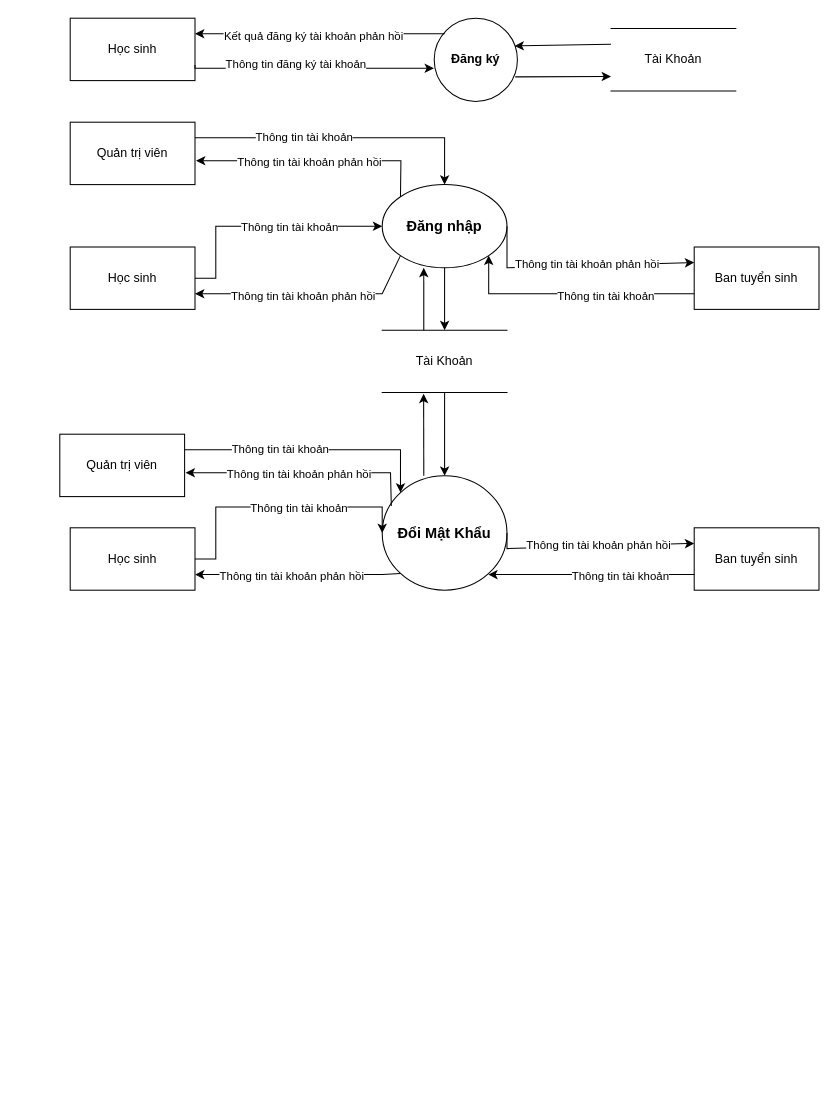
Earlier version of the draw.io diagram page "Biểu đồ luồng dữ liệu mức dưới đỉnh - QL Tài khoản" (5 of 6) of 1. Bao Cao/DATN.drawio (truongquangkhai99/TrinhVanTu_DATN). Source tidied: cells renumbered, new cells numbered last; positions are measured from the earlier drawing's top-left corner, leaving out a move shared by most shapes. Both pictures are drawn from the tidied source at 104%, with x=0, y=0 at pixel (59, 18).
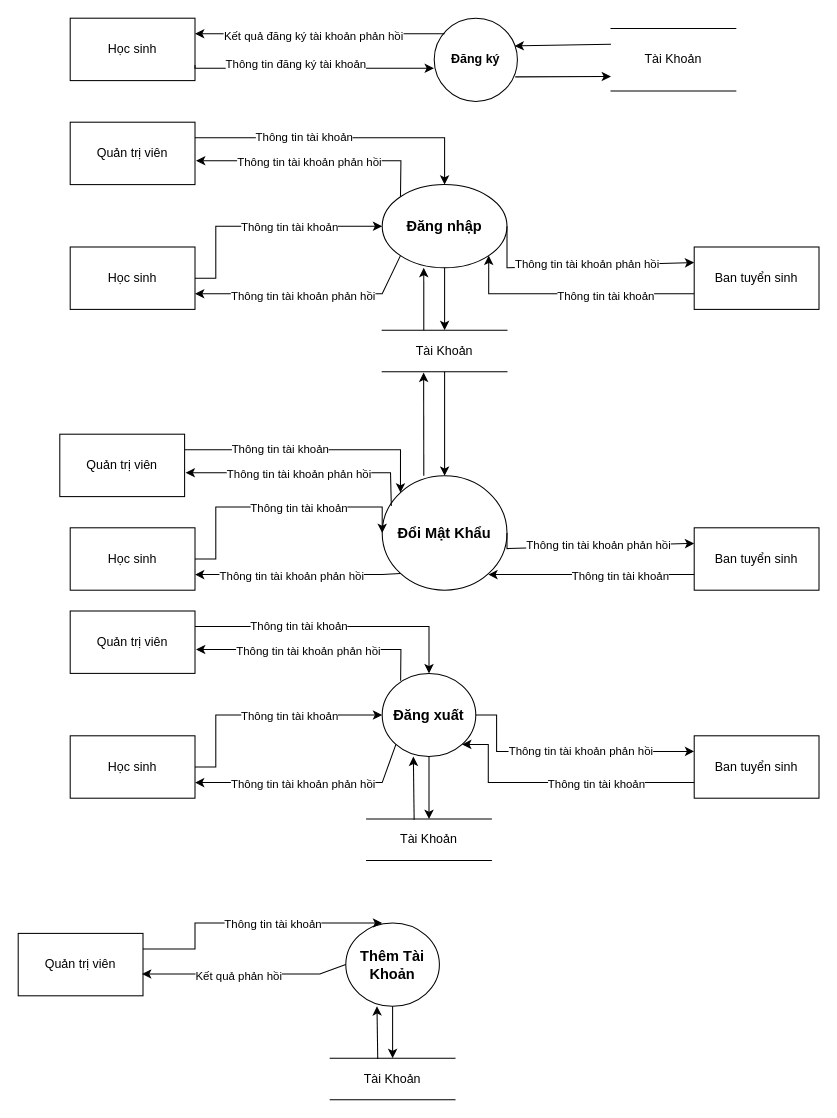
Above is the later version.

The edit, as a diff of the source:
```diff
@@
     <mxCell id="17" value="Tài Khoản" style="shape=partialRectangle;whiteSpace=wrap;html=1;left=0;right=0;fillColor=none;" parent="1" vertex="1">
-      <mxGeometry x="310" y="300" width="120" height="60" as="geometry" />
+      <mxGeometry x="310" y="300" width="120" height="40" as="geometry" />
     </mxCell>
@@
+    <mxCell id="48" value="&lt;span style=&quot;font-size: 14px&quot;&gt;&lt;b&gt;Đăng xuất&lt;/b&gt;&lt;/span&gt;" style="ellipse;whiteSpace=wrap;html=1;" parent="1" vertex="1">
+      <mxGeometry x="310" y="630" width="90" height="80" as="geometry" />
+    </mxCell>
+    <mxCell id="49" value="Ban tuyển sinh" style="rounded=0;whiteSpace=wrap;html=1;" parent="1" vertex="1">
+      <mxGeometry x="610" y="690" width="120" height="60" as="geometry" />
+    </mxCell>
+    <mxCell id="50" value="Học sinh" style="rounded=0;whiteSpace=wrap;html=1;" parent="1" vertex="1">
+      <mxGeometry x="10" y="690" width="120" height="60" as="geometry" />
+    </mxCell>
+    <mxCell id="51" style="edgeStyle=orthogonalEdgeStyle;rounded=0;jettySize=auto;html=1;exitX=1;exitY=0.25;exitDx=0;exitDy=0;entryX=0.5;entryY=0;entryDx=0;entryDy=0;" parent="1" edge="1" source="53" target="48">
+      <mxGeometry relative="1" as="geometry" />
+    </mxCell>
+    <mxCell id="52" value="Thông tin tài khoản" style="edgeLabel;html=1;align=center;verticalAlign=middle;" parent="51" vertex="1">
+      <mxGeometry x="-0.27" y="1" relative="1" as="geometry" />
+    </mxCell>
+    <mxCell id="53" value="Quản trị viên" style="rounded=0;whiteSpace=wrap;html=1;" parent="1" vertex="1">
+      <mxGeometry x="10" y="570" width="120" height="60" as="geometry" />
+    </mxCell>
+    <mxCell id="54" value="Tài Khoản" style="shape=partialRectangle;whiteSpace=wrap;html=1;left=0;right=0;fillColor=none;" parent="1" vertex="1">
+      <mxGeometry x="295" y="770" width="120" height="40" as="geometry" />
+    </mxCell>
+    <mxCell id="55" style="edgeStyle=orthogonalEdgeStyle;rounded=0;jettySize=auto;html=1;exitX=1;exitY=0.25;exitDx=0;exitDy=0;entryX=0;entryY=0.5;entryDx=0;entryDy=0;" parent="1" edge="1" target="48">
+      <mxGeometry relative="1" as="geometry">
+        <mxPoint x="130" y="720" as="sourcePoint" />
+        <Array as="points">
+          <mxPoint x="150" y="720" />
+          <mxPoint x="150" y="670" />
+        </Array>
+      </mxGeometry>
+    </mxCell>
+    <mxCell id="56" value="Thông tin tài khoản" style="edgeLabel;html=1;align=center;verticalAlign=middle;" parent="55" vertex="1">
+      <mxGeometry x="-0.27" y="1" relative="1" as="geometry">
+        <mxPoint x="56" y="1" as="offset" />
+      </mxGeometry>
+    </mxCell>
+    <mxCell id="57" style="edgeStyle=orthogonalEdgeStyle;rounded=0;jettySize=auto;html=1;exitX=0;exitY=0.75;exitDx=0;exitDy=0;entryX=1;entryY=1;entryDx=0;entryDy=0;" parent="1" edge="1" source="49" target="48">
+      <mxGeometry relative="1" as="geometry">
+        <Array as="points">
+          <mxPoint x="412" y="735" />
+        </Array>
+      </mxGeometry>
+    </mxCell>
+    <mxCell id="58" value="Thông tin tài khoản" style="edgeLabel;html=1;align=center;verticalAlign=middle;" parent="57" vertex="1">
+      <mxGeometry x="-0.27" y="1" relative="1" as="geometry" />
+    </mxCell>
+    <mxCell id="59" style="endArrow=classic;html=1;rounded=0;entryX=0.333;entryY=1;entryDx=0;entryDy=0;entryPerimeter=0;exitX=0.381;exitY=0.021;exitDx=0;exitDy=0;exitPerimeter=0;" parent="1" edge="1" source="54" target="48">
+      <mxGeometry relative="1" as="geometry" />
+    </mxCell>
+    <mxCell id="60" style="endArrow=classic;html=1;rounded=0;entryX=0.5;entryY=0;entryDx=0;entryDy=0;exitX=0.5;exitY=1;exitDx=0;exitDy=0;" parent="1" edge="1" source="48" target="54">
+      <mxGeometry relative="1" as="geometry" />
+    </mxCell>
+    <mxCell id="61" style="endArrow=classic;html=1;rounded=0;fontSize=14;entryX=1;entryY=0.75;entryDx=0;entryDy=0;exitX=0;exitY=1;exitDx=0;exitDy=0;" parent="1" edge="1" source="48" target="50">
+      <mxGeometry relative="1" as="geometry">
+        <Array as="points">
+          <mxPoint x="310" y="735" />
+        </Array>
+      </mxGeometry>
+    </mxCell>
+    <mxCell id="62" value="&lt;font style=&quot;font-size: 12px&quot;&gt;&lt;span style=&quot;font-size: 11px&quot;&gt;Thông tin tài khoản phản hồi&lt;/span&gt;&lt;br style=&quot;font-size: 12px&quot;&gt;&lt;/font&gt;" style="edgeLabel;html=1;align=center;verticalAlign=middle;fontSize=12;" parent="61" vertex="1">
+      <mxGeometry x="0.06" y="1" relative="1" as="geometry" />
+    </mxCell>
+    <mxCell id="63" style="endArrow=classic;html=1;rounded=0;fontSize=14;entryX=1.008;entryY=0.617;entryDx=0;entryDy=0;exitX=0.197;exitY=0.088;exitDx=0;exitDy=0;entryPerimeter=0;exitPerimeter=0;" parent="1" edge="1" source="48" target="53">
+      <mxGeometry relative="1" as="geometry">
+        <Array as="points">
+          <mxPoint x="328" y="607" />
+        </Array>
+      </mxGeometry>
+    </mxCell>
+    <mxCell id="64" value="&lt;font style=&quot;font-size: 12px&quot;&gt;&lt;span style=&quot;font-size: 11px&quot;&gt;Thông tin tài khoản phản hồi&lt;/span&gt;&lt;br style=&quot;font-size: 12px&quot;&gt;&lt;/font&gt;" style="edgeLabel;html=1;align=center;verticalAlign=middle;fontSize=12;" parent="63" vertex="1">
+      <mxGeometry x="0.06" y="1" relative="1" as="geometry" />
+    </mxCell>
+    <mxCell id="65" style="endArrow=classic;html=1;rounded=0;fontSize=14;entryX=0;entryY=0.25;entryDx=0;entryDy=0;exitX=1;exitY=0.5;exitDx=0;exitDy=0;" parent="1" edge="1" source="48" target="49">
+      <mxGeometry relative="1" as="geometry">
+        <Array as="points">
+          <mxPoint x="420" y="670" />
+          <mxPoint x="420" y="705" />
+        </Array>
+      </mxGeometry>
+    </mxCell>
+    <mxCell id="66" value="&lt;font style=&quot;font-size: 12px&quot;&gt;&lt;span style=&quot;font-size: 11px&quot;&gt;Thông tin tài khoản phản hồi&lt;/span&gt;&lt;br style=&quot;font-size: 12px&quot;&gt;&lt;/font&gt;" style="edgeLabel;html=1;align=center;verticalAlign=middle;fontSize=12;" parent="65" vertex="1">
+      <mxGeometry x="0.06" y="1" relative="1" as="geometry">
+        <mxPoint x="5" as="offset" />
+      </mxGeometry>
+    </mxCell>
+    <mxCell id="67" value="Quản trị viên" style="rounded=0;whiteSpace=wrap;html=1;" parent="1" vertex="1">
+      <mxGeometry x="-40" y="880" width="120" height="60" as="geometry" />
+    </mxCell>
+    <mxCell id="68" value="&lt;span style=&quot;font-size: 14px&quot;&gt;&lt;b&gt;Thêm Tài Khoản&lt;/b&gt;&lt;/span&gt;" style="ellipse;whiteSpace=wrap;html=1;" parent="1" vertex="1">
+      <mxGeometry x="275" y="870" width="90" height="80" as="geometry" />
+    </mxCell>
+    <mxCell id="69" value="Tài Khoản" style="shape=partialRectangle;whiteSpace=wrap;html=1;left=0;right=0;fillColor=none;" parent="1" vertex="1">
+      <mxGeometry x="260" y="1000" width="120" height="40" as="geometry" />
+    </mxCell>
+    <mxCell id="70" style="endArrow=classic;html=1;rounded=0;entryX=0.333;entryY=1;entryDx=0;entryDy=0;entryPerimeter=0;exitX=0.381;exitY=0.021;exitDx=0;exitDy=0;exitPerimeter=0;" parent="1" edge="1" source="69" target="68">
+      <mxGeometry relative="1" as="geometry" />
+    </mxCell>
+    <mxCell id="71" style="endArrow=classic;html=1;rounded=0;entryX=0.5;entryY=0;entryDx=0;entryDy=0;exitX=0.5;exitY=1;exitDx=0;exitDy=0;" parent="1" edge="1" source="68" target="69">
+      <mxGeometry relative="1" as="geometry" />
+    </mxCell>
+    <mxCell id="72" style="edgeStyle=orthogonalEdgeStyle;rounded=0;jettySize=auto;html=1;exitX=1;exitY=0.25;exitDx=0;exitDy=0;entryX=0;entryY=0.5;entryDx=0;entryDy=0;" parent="1" edge="1" source="67">
+      <mxGeometry relative="1" as="geometry">
+        <mxPoint x="310" y="870" as="targetPoint" />
+        <Array as="points">
+          <mxPoint x="130" y="895" />
+          <mxPoint x="130" y="870" />
+        </Array>
+      </mxGeometry>
+    </mxCell>
+    <mxCell id="73" value="Thông tin tài khoản" style="edgeLabel;html=1;align=center;verticalAlign=middle;" parent="72" vertex="1">
+      <mxGeometry x="-0.27" y="1" relative="1" as="geometry">
+        <mxPoint x="56" y="1" as="offset" />
+      </mxGeometry>
+    </mxCell>
+    <mxCell id="74" style="endArrow=classic;html=1;rounded=0;fontSize=14;entryX=0.992;entryY=0.65;entryDx=0;entryDy=0;exitX=0;exitY=0.5;exitDx=0;exitDy=0;entryPerimeter=0;" parent="1" edge="1" source="68" target="67">
+      <mxGeometry relative="1" as="geometry">
+        <Array as="points">
+          <mxPoint x="250" y="919" />
+        </Array>
+      </mxGeometry>
+    </mxCell>
+    <mxCell id="75" value="&lt;font style=&quot;font-size: 12px&quot;&gt;&lt;span style=&quot;font-size: 11px&quot;&gt;Kết quả phản hồi&lt;/span&gt;&lt;br style=&quot;font-size: 12px&quot;&gt;&lt;/font&gt;" style="edgeLabel;html=1;align=center;verticalAlign=middle;fontSize=12;" parent="74" vertex="1">
+      <mxGeometry x="0.06" y="1" relative="1" as="geometry" />
+    </mxCell>
```
